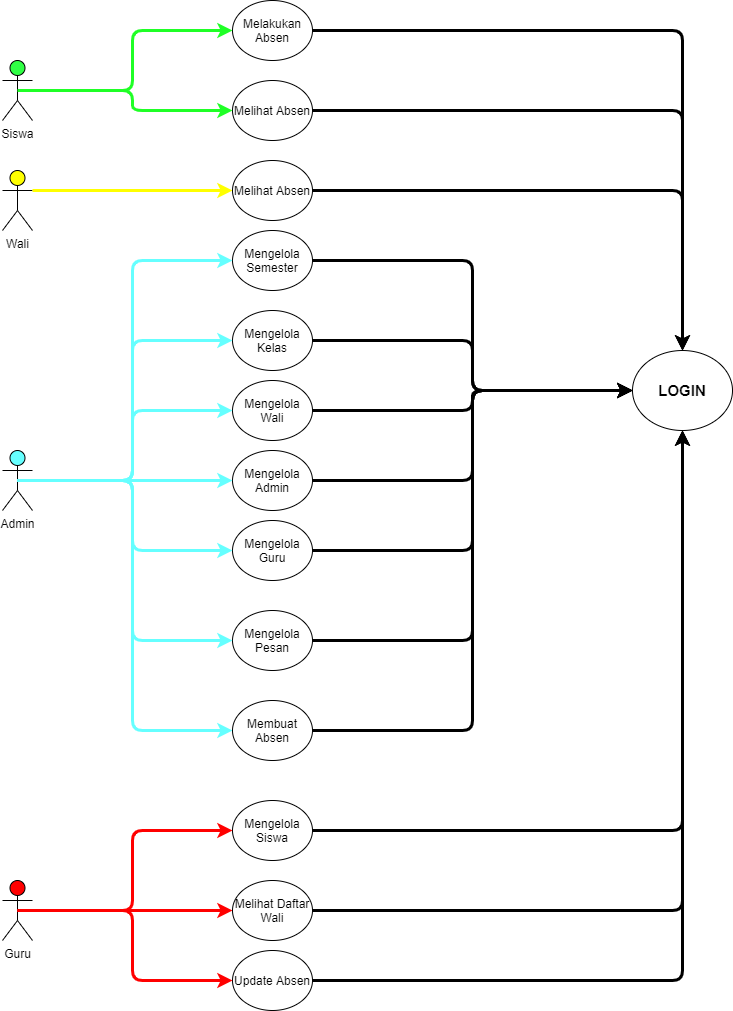
Before: DIAGRAM USE CASE.png, a diagram exported from draw.io (tamamhuda/Aplikasi-Presensi). Source tidied: cells renumbered, new cells last; positions are measured from the earlier drawing's top-left corner, leaving out a move shared by most shapes.
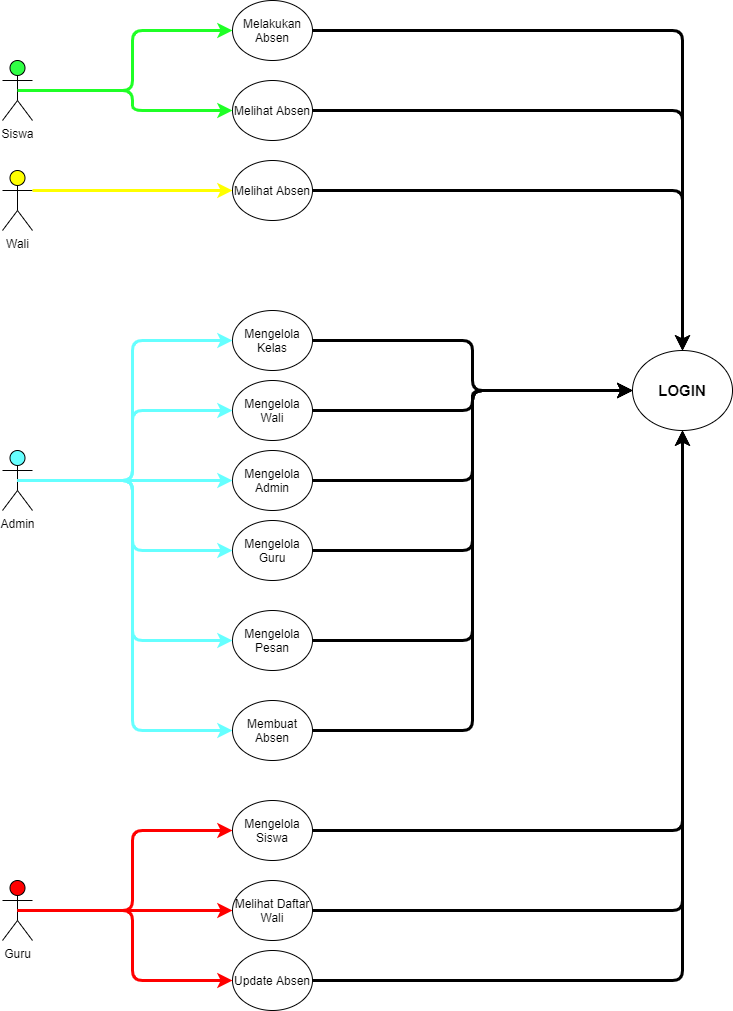
Above is the later version.

Change to the diagram source:
```diff
@@ -68,9 +68,6 @@
         </Array>
       </mxGeometry>
     </mxCell>
-    <mxCell id="19" value="Mengelola Semester" style="ellipse;whiteSpace=wrap;html=1;" parent="1" vertex="1">
-      <mxGeometry x="230" y="230" width="80" height="60" as="geometry" />
-    </mxCell>
     <mxCell id="20" value="Mengelola Guru" style="ellipse;whiteSpace=wrap;html=1;" parent="1" vertex="1">
       <mxGeometry x="230" y="520" width="80" height="60" as="geometry" />
     </mxCell>
@@ -99,9 +96,6 @@
     <mxCell id="25" style="endArrow=classic;html=1;strokeColor=#66FFFF;strokeWidth=3;edgeStyle=orthogonalEdgeStyle;entryX=0;entryY=0.5;entryDx=0;entryDy=0;exitX=0.5;exitY=0.5;exitDx=0;exitDy=0;exitPerimeter=0;rounded=1;" parent="1" edge="1" source="3" target="21">
       <mxGeometry relative="1" as="geometry" />
     </mxCell>
-    <mxCell id="26" style="endArrow=classic;html=1;strokeColor=#66FFFF;strokeWidth=3;edgeStyle=orthogonalEdgeStyle;exitX=0.5;exitY=0.5;exitDx=0;exitDy=0;exitPerimeter=0;entryX=0;entryY=0.5;entryDx=0;entryDy=0;rounded=1;" parent="1" edge="1" source="3" target="19">
-      <mxGeometry relative="1" as="geometry" />
-    </mxCell>
     <mxCell id="27" style="endArrow=classic;html=1;rounded=1;strokeColor=#FFFF00;strokeWidth=3;edgeStyle=orthogonalEdgeStyle;exitX=1;exitY=0.3333333333333333;exitDx=0;exitDy=0;exitPerimeter=0;entryX=0;entryY=0.5;entryDx=0;entryDy=0;" parent="1" edge="1" source="5" target="30">
       <mxGeometry relative="1" as="geometry">
         <Array as="points">
@@ -133,9 +127,6 @@
     <mxCell id="35" style="endArrow=classic;html=1;rounded=1;strokeColor=#000000;strokeWidth=3;edgeStyle=orthogonalEdgeStyle;exitX=1;exitY=0.5;exitDx=0;exitDy=0;entryX=0.5;entryY=0;entryDx=0;entryDy=0;" parent="1" edge="1" source="30" target="6">
       <mxGeometry relative="1" as="geometry" />
     </mxCell>
-    <mxCell id="36" style="endArrow=classic;html=1;rounded=1;strokeColor=#000000;strokeWidth=3;edgeStyle=orthogonalEdgeStyle;exitX=1;exitY=0.5;exitDx=0;exitDy=0;entryX=0;entryY=0.5;entryDx=0;entryDy=0;" parent="1" edge="1" source="19" target="6">
-      <mxGeometry relative="1" as="geometry" />
-    </mxCell>
     <mxCell id="37" style="endArrow=classic;html=1;rounded=1;strokeColor=#000000;strokeWidth=3;edgeStyle=orthogonalEdgeStyle;exitX=1;exitY=0.5;exitDx=0;exitDy=0;entryX=0;entryY=0.5;entryDx=0;entryDy=0;" parent="1" edge="1" source="21" target="6">
       <mxGeometry relative="1" as="geometry" />
     </mxCell>
```
